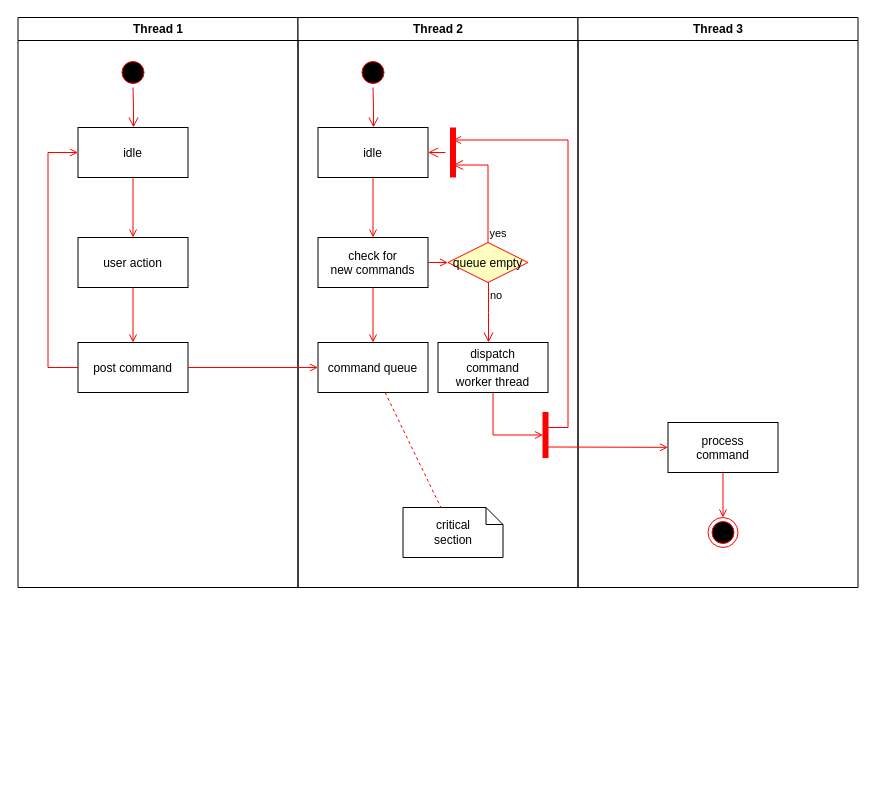
Above: scflow.drawio in liykfrank/mydiagrams (draw.io), before the change. Source tidied: cells renumbered, new cells numbered last; positions are measured from the earlier drawing's top-left corner, leaving out a move shared by most shapes. Both pictures are drawn from the tidied source at 100%, with x=0, y=0 at pixel (17, 17).
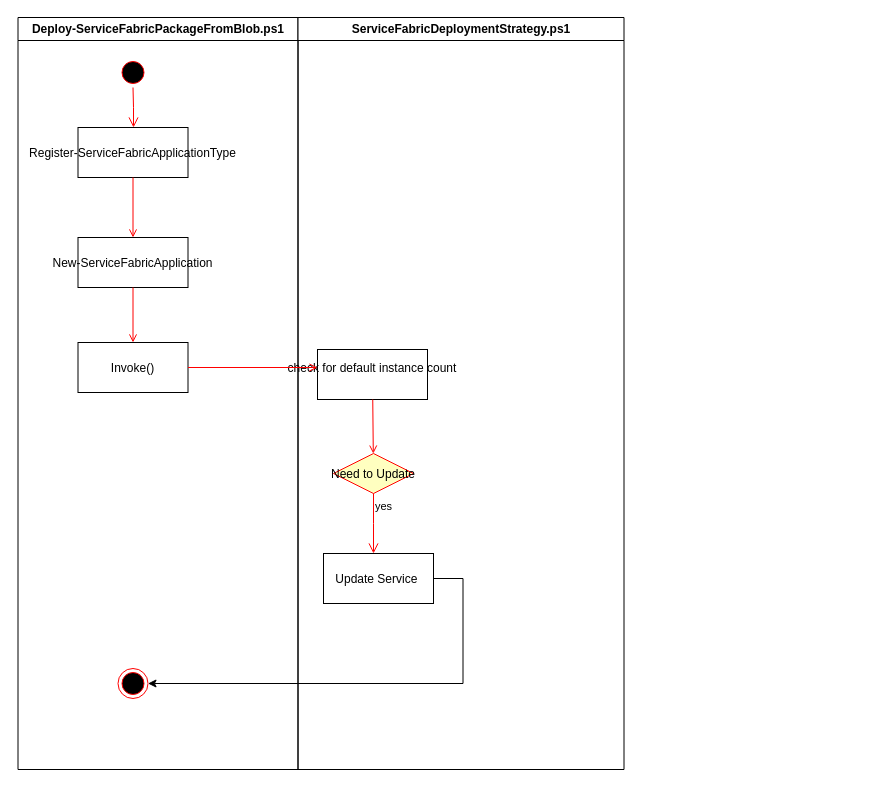
The same page after the edit.

Change to the diagram source:
```diff
@@
-    <mxCell id="2" value="Thread 1" style="swimlane;whiteSpace=wrap;" parent="1" vertex="1">
-      <mxGeometry x="0.5" width="280" height="570" as="geometry" />
+    <mxCell id="2" value="Deploy-ServiceFabricPackageFromBlob.ps1" style="swimlane;whiteSpace=wrap;" parent="1" vertex="1">
+      <mxGeometry x="0.5" width="280" height="752" as="geometry" />
     </mxCell>
@@
-    <mxCell id="5" value="idle" parent="2" vertex="1">
+    <mxCell id="5" value="Register-ServiceFabricApplicationType" parent="2" vertex="1">
       <mxGeometry x="60" y="110" width="110" height="50" as="geometry" />
     </mxCell>
-    <mxCell id="6" value="user action" parent="2" vertex="1">
+    <mxCell id="6" value="New-ServiceFabricApplication" parent="2" vertex="1">
       <mxGeometry x="60" y="220" width="110" height="50" as="geometry" />
     </mxCell>
@@
-    <mxCell id="8" value="post command" parent="2" vertex="1">
+    <mxCell id="8" value="Invoke()" parent="2" vertex="1">
       <mxGeometry x="60" y="325" width="110" height="50" as="geometry" />
     </mxCell>
@@
-    <mxCell id="10" style="edgeStyle=elbowEdgeStyle;elbow=horizontal;strokeColor=#FF0000;endArrow=open;endFill=1;rounded=0;" parent="2" edge="1" source="8" target="5">
-      <mxGeometry relative="1" as="geometry">
-        <Array as="points">
-          <mxPoint x="30" y="250" />
-        </Array>
-      </mxGeometry>
-    </mxCell>
+    <mxCell id="34" style="ellipse;shape=endState;fillColor=#000000;strokeColor=#ff0000;" parent="2" vertex="1">
+      <mxGeometry x="100" y="651" width="30" height="30" as="geometry" />
+    </mxCell>
-    <mxCell id="11" value="Thread 2" style="swimlane;whiteSpace=wrap;" parent="1" vertex="1">
-      <mxGeometry x="280.5" width="280" height="570" as="geometry" />
+    <mxCell id="11" value="ServiceFabricDeploymentStrategy.ps1" style="swimlane;whiteSpace=wrap;startSize=23;" parent="1" vertex="1">
+      <mxGeometry x="280.5" width="326" height="752" as="geometry" />
     </mxCell>
-    <mxCell id="12" style="ellipse;shape=startState;fillColor=#000000;strokeColor=#ff0000;" parent="11" vertex="1">
-      <mxGeometry x="60" y="40" width="30" height="30" as="geometry" />
-    </mxCell>
-    <mxCell id="13" style="edgeStyle=elbowEdgeStyle;elbow=horizontal;verticalAlign=bottom;endArrow=open;endSize=8;strokeColor=#FF0000;endFill=1;rounded=0;" parent="11" edge="1" source="12" target="14">
-      <mxGeometry x="40" y="20" as="geometry" />
-    </mxCell>
-    <mxCell id="14" value="idle" parent="11" vertex="1">
-      <mxGeometry x="20" y="110" width="110" height="50" as="geometry" />
-    </mxCell>
-    <mxCell id="15" value="check for &#10;new commands" parent="11" vertex="1">
-      <mxGeometry x="20" y="220" width="110" height="50" as="geometry" />
+    <mxCell id="15" value="check for default instance count&#10;" parent="11" vertex="1">
+      <mxGeometry x="19.5" y="332" width="110" height="50" as="geometry" />
     </mxCell>
-    <mxCell id="16" style="endArrow=open;strokeColor=#FF0000;endFill=1;rounded=0;" parent="11" edge="1" source="14" target="15">
-      <mxGeometry relative="1" as="geometry" />
-    </mxCell>
-    <mxCell id="17" value="command queue" parent="11" vertex="1">
-      <mxGeometry x="20" y="325" width="110" height="50" as="geometry" />
-    </mxCell>
-    <mxCell id="18" style="endArrow=open;strokeColor=#FF0000;endFill=1;rounded=0;" parent="11" edge="1" source="15" target="17">
-      <mxGeometry relative="1" as="geometry" />
-    </mxCell>
-    <mxCell id="19" value="queue empty" style="rhombus;fillColor=#ffffc0;strokeColor=#ff0000;" parent="11" vertex="1">
-      <mxGeometry x="150" y="225" width="80" height="40" as="geometry" />
+    <mxCell id="19" value="Need to Update" style="rhombus;fillColor=#ffffc0;strokeColor=#ff0000;" parent="11" vertex="1">
+      <mxGeometry x="35.5" y="436" width="80" height="40" as="geometry" />
     </mxCell>
-    <mxCell id="20" value="yes" style="edgeStyle=elbowEdgeStyle;elbow=horizontal;align=left;verticalAlign=bottom;endArrow=open;endSize=8;strokeColor=#FF0000;exitX=0.5;exitY=0;endFill=1;rounded=0;entryX=0.75;entryY=0.5;entryPerimeter=0;" parent="11" edge="1" source="19" target="23">
-      <mxGeometry x="-1" relative="1" as="geometry">
-        <Array as="points">
-          <mxPoint x="190" y="180" />
-        </Array>
-      </mxGeometry>
-    </mxCell>
-    <mxCell id="21" value="no" style="edgeStyle=elbowEdgeStyle;elbow=horizontal;align=left;verticalAlign=top;endArrow=open;endSize=8;strokeColor=#FF0000;endFill=1;rounded=0;" parent="11" edge="1" source="19" target="25">
+    <mxCell id="21" value="yes" style="edgeStyle=elbowEdgeStyle;elbow=horizontal;align=left;verticalAlign=top;endArrow=open;endSize=8;strokeColor=#FF0000;endFill=1;rounded=0;" parent="11" edge="1" source="19" target="25">
       <mxGeometry x="-1" relative="1" as="geometry" />
     </mxCell>
@@
-    <mxCell id="23" style="shape=line;strokeWidth=6;strokeColor=#ff0000;rotation=90;" parent="11" vertex="1">
-      <mxGeometry x="130" y="127.5" width="50" height="15" as="geometry" />
-    </mxCell>
-    <mxCell id="24" style="edgeStyle=elbowEdgeStyle;elbow=horizontal;verticalAlign=bottom;endArrow=open;endSize=8;strokeColor=#FF0000;endFill=1;rounded=0;" parent="11" edge="1" source="23" target="14">
-      <mxGeometry x="130" y="90" as="geometry" />
-    </mxCell>
-    <mxCell id="25" value="dispatch&#10;command&#10;worker thread" parent="11" vertex="1">
-      <mxGeometry x="140" y="325" width="110" height="50" as="geometry" />
+    <mxCell id="25" value="Update Service " parent="11" vertex="1">
+      <mxGeometry x="25.5" y="536" width="110" height="50" as="geometry" />
     </mxCell>
-    <mxCell id="26" value="critical&#10;section" style="shape=note;whiteSpace=wrap;size=17;" parent="11" vertex="1">
-      <mxGeometry x="105" y="490" width="100" height="50" as="geometry" />
-    </mxCell>
-    <mxCell id="27" style="endArrow=none;strokeColor=#FF0000;endFill=0;rounded=0;dashed=1;" parent="11" edge="1" source="17" target="26">
-      <mxGeometry relative="1" as="geometry" />
-    </mxCell>
-    <mxCell id="28" style="whiteSpace=wrap;strokeColor=#FF0000;fillColor=#FF0000;" parent="11" vertex="1">
-      <mxGeometry x="245" y="395" width="5" height="45" as="geometry" />
-    </mxCell>
-    <mxCell id="29" style="edgeStyle=elbowEdgeStyle;elbow=horizontal;entryX=0;entryY=0.5;strokeColor=#FF0000;endArrow=open;endFill=1;rounded=0;" parent="11" edge="1" source="25" target="28">
-      <mxGeometry relative="1" as="geometry">
-        <Array as="points">
-          <mxPoint x="195" y="400" />
-        </Array>
-      </mxGeometry>
-    </mxCell>
-    <mxCell id="30" value="Thread 3" style="swimlane;whiteSpace=wrap;" parent="1" vertex="1">
-      <mxGeometry x="560.5" width="280" height="570" as="geometry" />
-    </mxCell>
-    <mxCell id="31" value="process&#10;command" parent="30" vertex="1">
-      <mxGeometry x="90" y="405" width="110" height="50" as="geometry" />
-    </mxCell>
-    <mxCell id="32" style="edgeStyle=elbowEdgeStyle;elbow=horizontal;strokeColor=#FF0000;endArrow=open;endFill=1;rounded=0;entryX=0.25;entryY=0.5;entryPerimeter=0;" parent="30" edge="1" target="23">
-      <mxGeometry relative="1" as="geometry">
-        <mxPoint x="-30" y="410" as="sourcePoint" />
-        <Array as="points">
-          <mxPoint x="-10" y="135" />
-        </Array>
-      </mxGeometry>
-    </mxCell>
-    <mxCell id="33" style="edgeStyle=none;strokeColor=#FF0000;endArrow=open;endFill=1;rounded=0;" parent="30" edge="1" target="31">
-      <mxGeometry relative="1" as="geometry">
-        <mxPoint x="-30" y="429.5" as="sourcePoint" />
-      </mxGeometry>
-    </mxCell>
-    <mxCell id="34" style="ellipse;shape=endState;fillColor=#000000;strokeColor=#ff0000;" parent="30" vertex="1">
-      <mxGeometry x="130" y="500" width="30" height="30" as="geometry" />
-    </mxCell>
-    <mxCell id="35" style="endArrow=open;strokeColor=#FF0000;endFill=1;rounded=0;" parent="30" edge="1" source="31" target="34">
-      <mxGeometry relative="1" as="geometry" />
-    </mxCell>
-    <mxCell id="36" style="endArrow=open;strokeColor=#FF0000;endFill=1;rounded=0;" parent="1" edge="1" source="8" target="17">
-      <mxGeometry relative="1" as="geometry" />
+    <mxCell id="36" style="endArrow=open;strokeColor=#FF0000;endFill=1;rounded=0;" parent="1" edge="1" source="8">
+      <mxGeometry relative="1" as="geometry">
+        <mxPoint x="300" y="350" as="targetPoint" />
+      </mxGeometry>
     </mxCell>
+    <mxCell id="37" style="edgeStyle=orthogonalEdgeStyle;rounded=0;jettySize=auto;html=1;entryX=1;entryY=0.5;entryDx=0;entryDy=0;" parent="1" edge="1" source="25" target="34">
+      <mxGeometry relative="1" as="geometry">
+        <Array as="points">
+          <mxPoint x="445.5" y="666" />
+        </Array>
+      </mxGeometry>
+    </mxCell>
```
